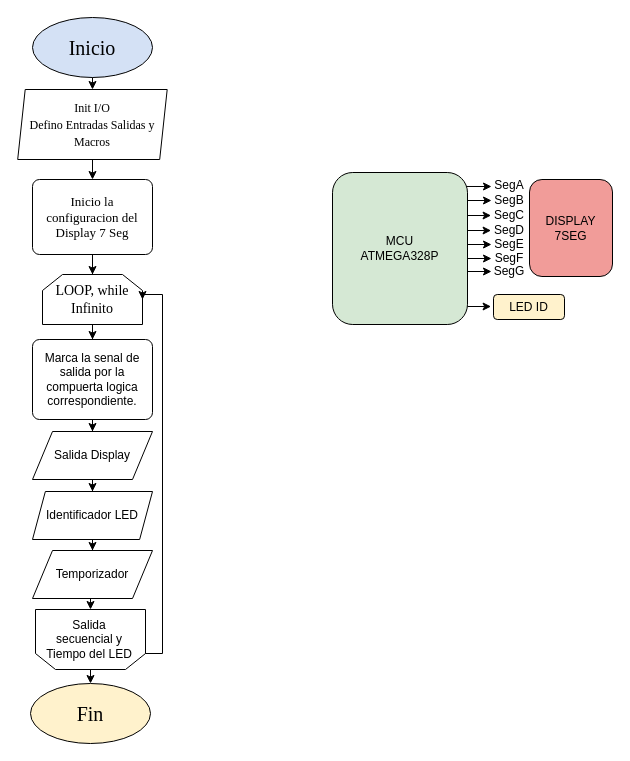
AmbrizPapo/Ambriz-Pablo keeps this draw.io diagram as Untitled Diagram.drawio. Above is the earlier version. Source tidied: cells renumbered, new cells numbered last; positions are measured from the earlier drawing's top-left corner, leaving out a move shared by most shapes. Both pictures are drawn from the tidied source at 100%, with x=0, y=0 at pixel (17, 17).
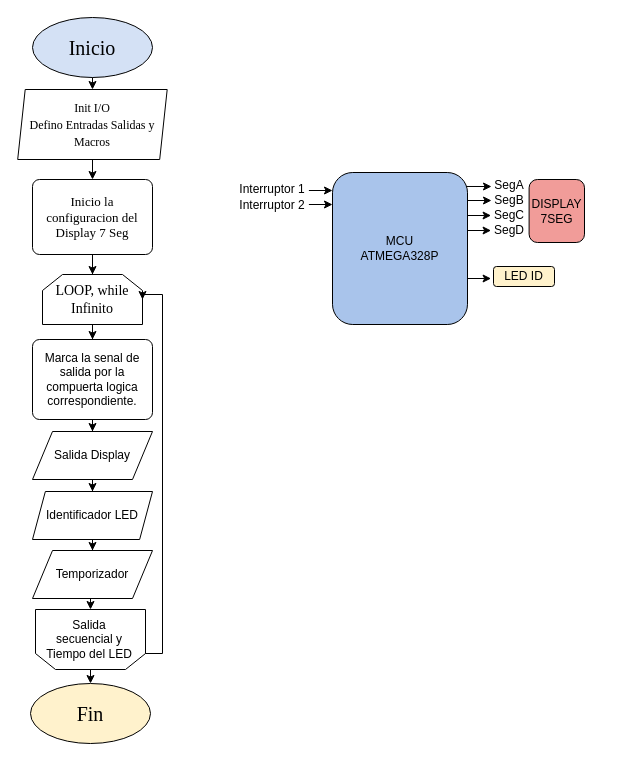
The same diagram, later.

Change to the diagram source:
```diff
@@
-    <mxCell id="19" value="MCU&lt;br&gt;&lt;div&gt;ATMEGA328P&lt;/div&gt;" style="rounded=1;whiteSpace=wrap;html=1;fillColor=#D5E8D4;" parent="1" vertex="1">
+    <mxCell id="19" value="MCU&lt;br&gt;&lt;div&gt;ATMEGA328P&lt;/div&gt;" style="rounded=1;whiteSpace=wrap;html=1;fillColor=#A9C4EB;" parent="1" vertex="1">
       <mxGeometry x="315" y="155" width="135" height="152" as="geometry" />
     </mxCell>
@@
     <mxCell id="27" style="endArrow=classic;html=1;exitX=1.003;exitY=0.191;exitDx=0;exitDy=0;exitPerimeter=0;" parent="1" edge="1">
       <mxGeometry relative="1" as="geometry">
-        <mxPoint x="450.4" y="227" as="sourcePoint" />
-        <mxPoint x="474" y="227" as="targetPoint" />
+        <mxPoint x="291.4" y="173" as="sourcePoint" />
+        <mxPoint x="315" y="173" as="targetPoint" />
       </mxGeometry>
     </mxCell>
-    <mxCell id="28" value="SegE" style="text;html=1;strokeColor=none;fillColor=none;align=center;verticalAlign=middle;whiteSpace=wrap;rounded=0;" parent="1" vertex="1">
-      <mxGeometry x="472" y="217" width="40" height="20" as="geometry" />
-    </mxCell>
     <mxCell id="29" style="endArrow=classic;html=1;exitX=1.003;exitY=0.191;exitDx=0;exitDy=0;exitPerimeter=0;" parent="1" edge="1">
       <mxGeometry relative="1" as="geometry">
-        <mxPoint x="450.4" y="241" as="sourcePoint" />
-        <mxPoint x="474" y="241" as="targetPoint" />
+        <mxPoint x="291.4" y="187" as="sourcePoint" />
+        <mxPoint x="315" y="187" as="targetPoint" />
       </mxGeometry>
     </mxCell>
-    <mxCell id="30" value="SegF" style="text;html=1;strokeColor=none;fillColor=none;align=center;verticalAlign=middle;whiteSpace=wrap;rounded=0;" parent="1" vertex="1">
-      <mxGeometry x="472" y="231" width="40" height="20" as="geometry" />
-    </mxCell>
-    <mxCell id="31" style="endArrow=classic;html=1;exitX=1.003;exitY=0.191;exitDx=0;exitDy=0;exitPerimeter=0;" parent="1" edge="1">
-      <mxGeometry relative="1" as="geometry">
-        <mxPoint x="450.4" y="254" as="sourcePoint" />
-        <mxPoint x="474" y="254" as="targetPoint" />
-      </mxGeometry>
-    </mxCell>
-    <mxCell id="32" value="SegG" style="text;html=1;strokeColor=none;fillColor=none;align=center;verticalAlign=middle;whiteSpace=wrap;rounded=0;" parent="1" vertex="1">
-      <mxGeometry x="472" y="244" width="40" height="20" as="geometry" />
-    </mxCell>
     <mxCell id="33" value="&lt;div&gt;DISPLAY&lt;br&gt;&lt;/div&gt;&lt;div&gt;7SEG&lt;/div&gt;" style="rounded=1;whiteSpace=wrap;html=1;fillColor=#F19C99;" parent="1" vertex="1">
-      <mxGeometry x="512" y="162" width="83" height="97" as="geometry" />
+      <mxGeometry x="511.6" y="162" width="55.4" height="63" as="geometry" />
     </mxCell>
     <mxCell id="34" style="endArrow=classic;html=1;exitX=1.003;exitY=0.191;exitDx=0;exitDy=0;exitPerimeter=0;" parent="1" edge="1">
       <mxGeometry relative="1" as="geometry">
-        <mxPoint x="450" y="289" as="sourcePoint" />
-        <mxPoint x="473.6" y="289" as="targetPoint" />
+        <mxPoint x="450" y="261" as="sourcePoint" />
+        <mxPoint x="473.6" y="261" as="targetPoint" />
       </mxGeometry>
     </mxCell>
     <mxCell id="35" value="LED ID" style="rounded=1;whiteSpace=wrap;html=1;fillColor=#FFF2CC;" parent="1" vertex="1">
-      <mxGeometry x="476" y="277" width="71" height="25" as="geometry" />
+      <mxGeometry x="476" y="249" width="61" height="20" as="geometry" />
     </mxCell>
@@
+    <mxCell id="41" value="Interruptor 1" style="text;html=1;strokeColor=none;fillColor=none;align=center;verticalAlign=middle;whiteSpace=wrap;rounded=0;" parent="1" vertex="1">
+      <mxGeometry x="218.4" y="162" width="74" height="20" as="geometry" />
+    </mxCell>
+    <mxCell id="42" value="Interruptor 2" style="text;html=1;strokeColor=none;fillColor=none;align=center;verticalAlign=middle;whiteSpace=wrap;rounded=0;" parent="1" vertex="1">
+      <mxGeometry x="218.4" y="178" width="74" height="20" as="geometry" />
+    </mxCell>
```
